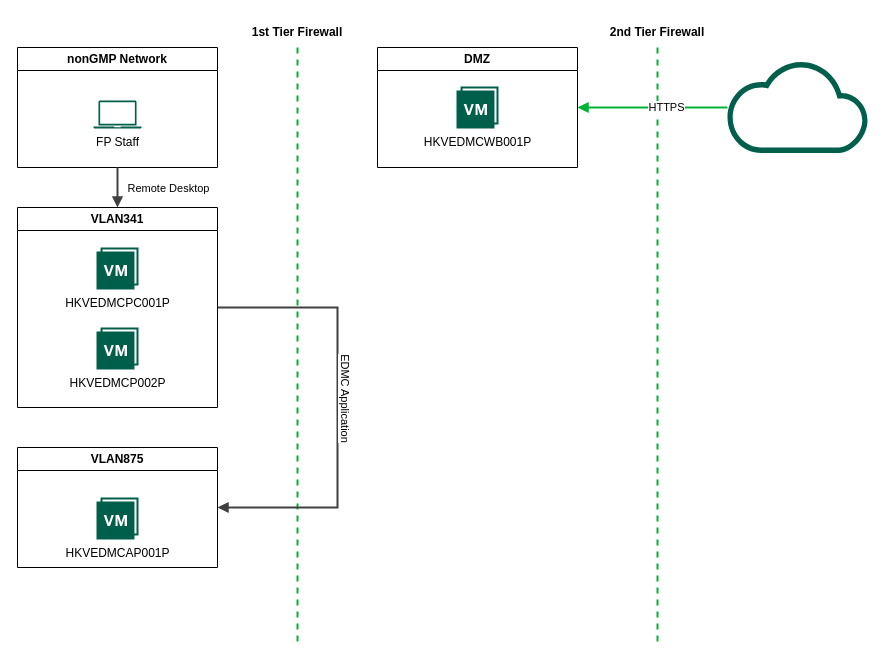
The draw.io diagram EDMC.drawio in rwo001/FP, before the edit. Source tidied: cells renumbered, new cells numbered last; positions are measured from the earlier drawing's top-left corner, leaving out a move shared by most shapes. Both pictures are drawn from the tidied source at 100%, with x=0, y=0 at pixel (17, 17).
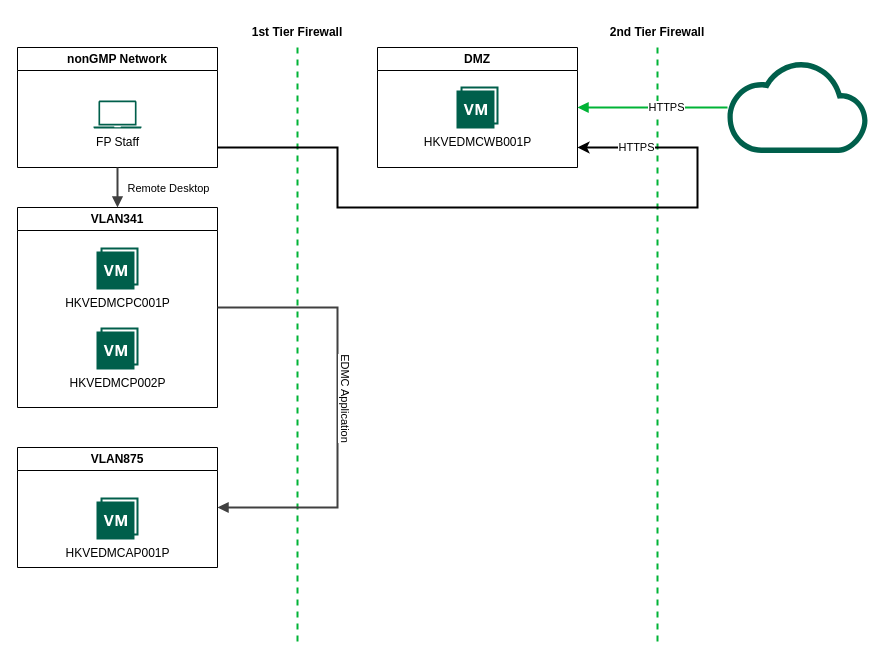
After the change.

Change to the diagram source:
```diff
@@
+    <mxCell id="22" style="endArrow=classic;html=1;rounded=0;strokeWidth=2;" parent="1" edge="1">
+      <mxGeometry relative="1" as="geometry">
+        <mxPoint x="200" y="130" as="sourcePoint" />
+        <mxPoint x="560" y="130" as="targetPoint" />
+        <Array as="points">
+          <mxPoint x="320" y="130" />
+          <mxPoint x="320" y="190" />
+          <mxPoint x="680" y="190" />
+          <mxPoint x="680" y="130" />
+        </Array>
+      </mxGeometry>
+    </mxCell>
+    <mxCell id="23" value="HTTPS" style="edgeLabel;html=1;align=center;verticalAlign=middle;" parent="22" vertex="1">
+      <mxGeometry x="0.84" y="-1" relative="1" as="geometry" />
+    </mxCell>
```
